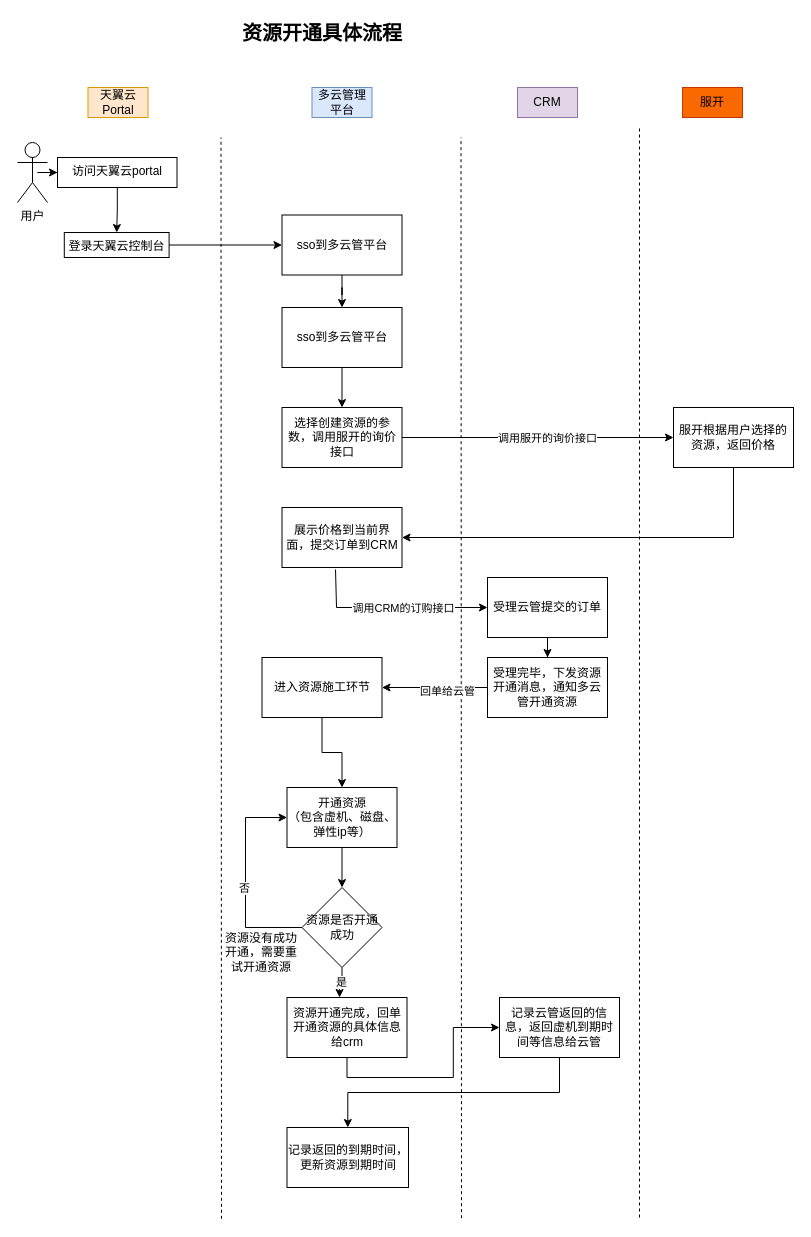
link-yuml/diagrams keeps this draw.io diagram as CTyun-bak.drawio. Above is the earlier version. Source tidied: cells renumbered, new cells numbered last; positions are measured from the earlier drawing's top-left corner, leaving out a move shared by most shapes. Both pictures are drawn from the tidied source at 100%, with x=0, y=0 at pixel (17, 17).
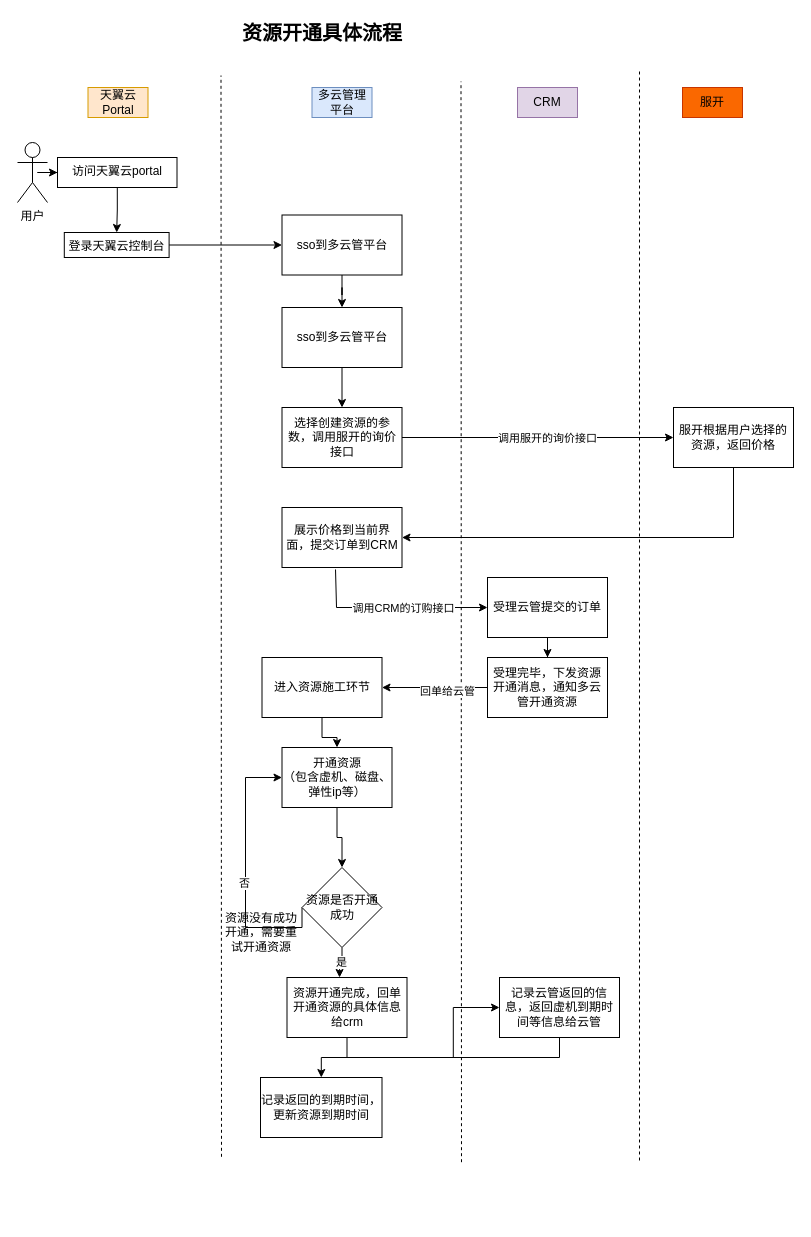
After the change.

The edit, as a diff of the source:
```diff
@@
     <mxCell id="2" style="endArrow=none;dashed=1;html=1;rounded=0;" parent="1" edge="1">
       <mxGeometry relative="1" as="geometry">
-        <mxPoint x="204" y="1201.3" as="sourcePoint" />
-        <mxPoint x="203.5" y="120" as="targetPoint" />
+        <mxPoint x="204" y="1139.3" as="sourcePoint" />
+        <mxPoint x="203.5" y="58" as="targetPoint" />
       </mxGeometry>
     </mxCell>
     <mxCell id="3" style="endArrow=none;dashed=1;html=1;rounded=0;" parent="1" edge="1">
       <mxGeometry relative="1" as="geometry">
-        <mxPoint x="444" y="1200.7" as="sourcePoint" />
-        <mxPoint x="443.5" y="120" as="targetPoint" />
+        <mxPoint x="444" y="1144.7" as="sourcePoint" />
+        <mxPoint x="443.5" y="64" as="targetPoint" />
       </mxGeometry>
     </mxCell>
@@
     <mxCell id="22" style="endArrow=none;dashed=1;html=1;rounded=0;" parent="1" edge="1">
       <mxGeometry relative="1" as="geometry">
-        <mxPoint x="622" y="1200" as="sourcePoint" />
-        <mxPoint x="622" y="110" as="targetPoint" />
+        <mxPoint x="622" y="1143" as="sourcePoint" />
+        <mxPoint x="622" y="53" as="targetPoint" />
       </mxGeometry>
     </mxCell>
@@
     <mxCell id="36" value="开通资源&lt;br&gt;（包含虚机、磁盘、弹性ip等）" style="rounded=0;whiteSpace=wrap;html=1;" parent="1" vertex="1">
-      <mxGeometry x="269.5" y="770" width="110" height="60" as="geometry" />
+      <mxGeometry x="264.5" y="730" width="110" height="60" as="geometry" />
     </mxCell>
@@
     <mxCell id="38" value="资源开通完成，回单开通资源的具体信息&lt;br&gt;给crm" style="rounded=0;whiteSpace=wrap;html=1;" parent="1" vertex="1">
-      <mxGeometry x="269.5" y="980" width="120" height="60" as="geometry" />
+      <mxGeometry x="269.5" y="960" width="120" height="60" as="geometry" />
     </mxCell>
@@
-    <mxCell id="41" style="edgeStyle=orthogonalEdgeStyle;rounded=0;jettySize=auto;html=1;entryX=0;entryY=0.5;entryDx=0;entryDy=0;exitX=0;exitY=0.5;exitDx=0;exitDy=0;" parent="1" edge="1" source="43" target="36">
+    <mxCell id="41" style="edgeStyle=orthogonalEdgeStyle;rounded=0;jettySize=auto;html=1;exitX=0;exitY=0.5;exitDx=0;exitDy=0;entryX=0;entryY=0.5;entryDx=0;entryDy=0;" parent="1" edge="1" source="43" target="36">
       <mxGeometry relative="1" as="geometry">
         <Array as="points">
           <mxPoint x="228" y="910" />
-          <mxPoint x="228" y="800" />
+          <mxPoint x="228" y="760" />
         </Array>
       </mxGeometry>
     </mxCell>
@@
     <mxCell id="43" value="资源是否开通成功" style="rhombus;whiteSpace=wrap;html=1;" parent="1" vertex="1">
-      <mxGeometry x="284.5" y="870" width="80" height="80" as="geometry" />
+      <mxGeometry x="284.5" y="850" width="80" height="80" as="geometry" />
     </mxCell>
     <mxCell id="44" value="资源没有成功开通，需要重试开通资源" style="text;html=1;strokeColor=none;fillColor=none;align=center;verticalAlign=middle;whiteSpace=wrap;rounded=0;" parent="1" vertex="1">
-      <mxGeometry x="202.5" y="920" width="82" height="30" as="geometry" />
+      <mxGeometry x="202.5" y="900" width="82" height="30" as="geometry" />
     </mxCell>
@@
     <mxCell id="46" value="记录云管返回的信息，返回虚机到期时间等信息给云管" style="rounded=0;whiteSpace=wrap;html=1;" parent="1" vertex="1">
-      <mxGeometry x="482" y="980" width="120" height="60" as="geometry" />
+      <mxGeometry x="482" y="960" width="120" height="60" as="geometry" />
     </mxCell>
     <mxCell id="47" value="记录返回的到期时间，更新资源到期时间" style="rounded=0;whiteSpace=wrap;html=1;" parent="1" vertex="1">
-      <mxGeometry x="269.5" y="1110" width="121.5" height="60" as="geometry" />
+      <mxGeometry x="243" y="1060" width="121.5" height="60" as="geometry" />
     </mxCell>
```
